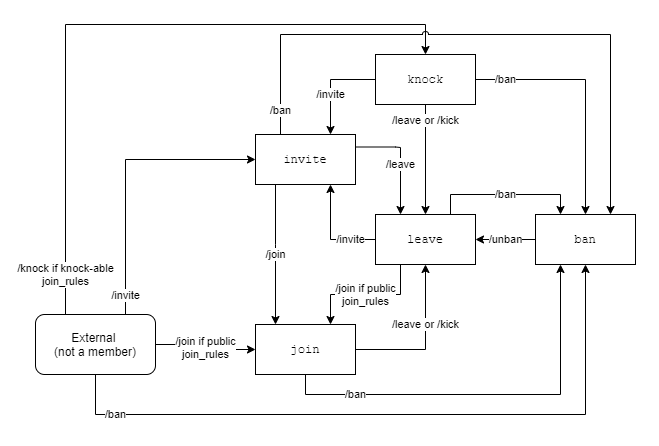
This is static/diagrams/membership.png from matrix-org/matrix-spec-proposals, a draw.io export, as it was before one commit. Source tidied: cells renumbered, new cells last; positions are measured from the earlier drawing's top-left corner, leaving out a move shared by most shapes. Source of this version:
```xml
<mxGraphModel>
  <root>
    <mxCell id="0" />
    <mxCell id="1" parent="0" />
    <mxCell id="2" value="/join" style="edgeStyle=orthogonalEdgeStyle;rounded=0;jettySize=auto;html=1;" parent="1" edge="1" source="4" target="7">
      <mxGeometry relative="1" as="geometry">
        <Array as="points">
          <mxPoint x="240" y="220" />
          <mxPoint x="240" y="220" />
        </Array>
      </mxGeometry>
    </mxCell>
    <mxCell id="3" value="/leave" style="edgeStyle=orthogonalEdgeStyle;rounded=0;jettySize=auto;html=1;exitX=1;exitY=0.25;exitDx=0;exitDy=0;entryX=0.25;entryY=0;entryDx=0;entryDy=0;" parent="1" edge="1" source="21" target="13">
      <mxGeometry x="0.11" relative="1" as="geometry">
        <Array as="points">
          <mxPoint x="360" y="123" />
          <mxPoint x="365" y="123" />
        </Array>
      </mxGeometry>
    </mxCell>
    <mxCell id="4" value="invite" style="rounded=0;whiteSpace=wrap;html=1;" parent="1" vertex="1">
      <mxGeometry x="220" y="110" width="100" height="50" as="geometry" />
    </mxCell>
    <mxCell id="5" value="/leave or /kick" style="edgeStyle=orthogonalEdgeStyle;rounded=0;jettySize=auto;html=1;" parent="1" edge="1" source="7" target="13">
      <mxGeometry x="0.23" relative="1" as="geometry" />
    </mxCell>
    <mxCell id="6" value="/ban" style="edgeStyle=orthogonalEdgeStyle;rounded=0;jettySize=auto;html=1;exitX=0.5;exitY=1;exitDx=0;exitDy=0;entryX=0.25;entryY=1;entryDx=0;entryDy=0;" parent="1" edge="1" source="7" target="9">
      <mxGeometry x="-0.65" relative="1" as="geometry" />
    </mxCell>
    <mxCell id="7" value="join" style="rounded=0;whiteSpace=wrap;html=1;fontFamily=Courier New;" parent="1" vertex="1">
      <mxGeometry x="220" y="300" width="100" height="50" as="geometry" />
    </mxCell>
    <mxCell id="8" value="/unban" style="edgeStyle=orthogonalEdgeStyle;rounded=0;jettySize=auto;html=1;exitX=0;exitY=0.5;exitDx=0;exitDy=0;entryX=1;entryY=0.5;entryDx=0;entryDy=0;" parent="1" edge="1" source="9" target="13">
      <mxGeometry relative="1" as="geometry" />
    </mxCell>
    <mxCell id="9" value="ban" style="rounded=0;whiteSpace=wrap;html=1;fontFamily=Courier New;" parent="1" vertex="1">
      <mxGeometry x="500" y="190" width="100" height="50" as="geometry" />
    </mxCell>
    <mxCell id="10" value="/join if public&lt;br&gt;join_rules" style="edgeStyle=orthogonalEdgeStyle;rounded=0;jettySize=auto;html=1;exitX=0.25;exitY=1;exitDx=0;exitDy=0;entryX=0.75;entryY=0;entryDx=0;entryDy=0;" parent="1" edge="1" source="13" target="7">
      <mxGeometry relative="1" as="geometry" />
    </mxCell>
    <mxCell id="11" value="/invite" style="edgeStyle=orthogonalEdgeStyle;rounded=0;jettySize=auto;html=1;entryX=0.75;entryY=1;entryDx=0;entryDy=0;" parent="1" edge="1" source="13" target="21">
      <mxGeometry x="-0.5" relative="1" as="geometry" />
    </mxCell>
    <mxCell id="12" value="/ban" style="edgeStyle=orthogonalEdgeStyle;rounded=0;jettySize=auto;html=1;exitX=0.75;exitY=0;exitDx=0;exitDy=0;entryX=0.25;entryY=0;entryDx=0;entryDy=0;" parent="1" edge="1" source="13" target="9">
      <mxGeometry relative="1" as="geometry" />
    </mxCell>
    <mxCell id="13" value="leave" style="rounded=0;whiteSpace=wrap;html=1;fontFamily=Courier New;" parent="1" vertex="1">
      <mxGeometry x="340" y="190" width="100" height="50" as="geometry" />
    </mxCell>
    <mxCell id="14" value="/invite" style="edgeStyle=orthogonalEdgeStyle;rounded=0;jettySize=auto;html=1;exitX=0.75;exitY=0;exitDx=0;exitDy=0;entryX=0;entryY=0.5;entryDx=0;entryDy=0;" parent="1" edge="1" source="22" target="21">
      <mxGeometry x="-0.87" relative="1" as="geometry" />
    </mxCell>
    <mxCell id="15" value="/join if public&lt;br&gt;join_rules" style="edgeStyle=orthogonalEdgeStyle;rounded=0;jettySize=auto;html=1;exitX=1;exitY=0.5;exitDx=0;exitDy=0;" parent="1" edge="1" source="22" target="7">
      <mxGeometry relative="1" as="geometry" />
    </mxCell>
    <mxCell id="16" value="/ban" style="edgeStyle=orthogonalEdgeStyle;rounded=0;jettySize=auto;html=1;entryX=0.5;entryY=1;entryDx=0;entryDy=0;exitX=0.5;exitY=1;exitDx=0;exitDy=0;" parent="1" edge="1" source="22" target="9">
      <mxGeometry x="-0.82" relative="1" as="geometry">
        <Array as="points">
          <mxPoint x="60" y="390" />
          <mxPoint x="550" y="390" />
        </Array>
      </mxGeometry>
    </mxCell>
    <mxCell id="17" value="/invite" style="edgeStyle=orthogonalEdgeStyle;rounded=0;jettySize=auto;html=1;exitX=0;exitY=0.5;exitDx=0;exitDy=0;entryX=0.75;entryY=0;entryDx=0;entryDy=0;fontFamily=Helvetica;" parent="1" edge="1" source="20" target="21">
      <mxGeometry x="0.2" relative="1" as="geometry">
        <Array as="points">
          <mxPoint x="295" y="55" />
        </Array>
      </mxGeometry>
    </mxCell>
    <mxCell id="18" value="/leave or /kick" style="edgeStyle=orthogonalEdgeStyle;rounded=0;jettySize=auto;html=1;exitX=0.5;exitY=1;exitDx=0;exitDy=0;entryX=0.5;entryY=0;entryDx=0;entryDy=0;fontFamily=Helvetica;" parent="1" edge="1" source="20" target="13">
      <mxGeometry x="-0.71" relative="1" as="geometry" />
    </mxCell>
    <mxCell id="19" value="/ban" style="edgeStyle=orthogonalEdgeStyle;rounded=0;jettySize=auto;html=1;exitX=1;exitY=0.5;exitDx=0;exitDy=0;entryX=0.5;entryY=0;entryDx=0;entryDy=0;fontFamily=Helvetica;" parent="1" edge="1" source="20" target="9">
      <mxGeometry x="-0.76" relative="1" as="geometry" />
    </mxCell>
    <mxCell id="20" value="knock" style="rounded=0;whiteSpace=wrap;html=1;fontFamily=Courier New;" parent="1" vertex="1">
      <mxGeometry x="340" y="30" width="100" height="50" as="geometry" />
    </mxCell>
    <mxCell id="21" value="invite" style="rounded=0;whiteSpace=wrap;html=1;fontFamily=Courier New;" parent="1" vertex="1">
      <mxGeometry x="220" y="110" width="100" height="50" as="geometry" />
    </mxCell>
    <mxCell id="22" value="External &lt;br&gt;(not a member)" style="rounded=1;whiteSpace=wrap;html=1;fontFamily=Helvetica;" parent="1" vertex="1">
      <mxGeometry y="290" width="120" height="60" as="geometry" />
    </mxCell>
    <mxCell id="23" value="/knock if knock-able&lt;br&gt;join_rules" style="edgeStyle=orthogonalEdgeStyle;rounded=0;jettySize=auto;html=1;exitX=0.25;exitY=0;exitDx=0;exitDy=0;entryX=0.5;entryY=0;entryDx=0;entryDy=0;fontFamily=Helvetica;jumpStyle=none;jumpSize=7;" parent="1" edge="1" source="22" target="20">
      <mxGeometry x="-0.88" relative="1" as="geometry">
        <Array as="points">
          <mxPoint x="30" />
          <mxPoint x="390" />
        </Array>
      </mxGeometry>
    </mxCell>
    <mxCell id="24" value="/ban" style="edgeStyle=orthogonalEdgeStyle;rounded=0;jettySize=auto;html=1;exitX=0.25;exitY=0;exitDx=0;exitDy=0;entryX=0.75;entryY=0;entryDx=0;entryDy=0;jumpStyle=arc;" parent="1" edge="1" source="21" target="9">
      <mxGeometry x="-0.92" relative="1" as="geometry">
        <Array as="points">
          <mxPoint x="245" y="10" />
          <mxPoint x="575" y="10" />
        </Array>
      </mxGeometry>
    </mxCell>
  </root>
</mxGraphModel>
```
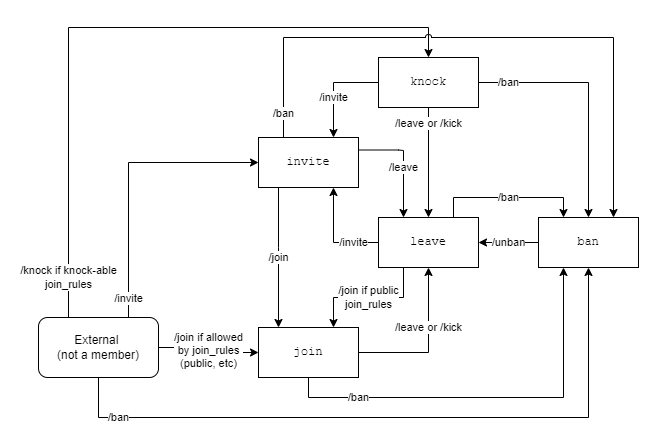
Later version of the same file.

What changed in the source:
```diff
@@ -51,7 +51,7 @@
     <mxCell id="14" value="/invite" style="edgeStyle=orthogonalEdgeStyle;rounded=0;jettySize=auto;html=1;exitX=0.75;exitY=0;exitDx=0;exitDy=0;entryX=0;entryY=0.5;entryDx=0;entryDy=0;" parent="1" edge="1" source="22" target="21">
       <mxGeometry x="-0.87" relative="1" as="geometry" />
     </mxCell>
-    <mxCell id="15" value="/join if public&lt;br&gt;join_rules" style="edgeStyle=orthogonalEdgeStyle;rounded=0;jettySize=auto;html=1;exitX=1;exitY=0.5;exitDx=0;exitDy=0;" parent="1" edge="1" source="22" target="7">
+    <mxCell id="15" value="/join if allowed&lt;br&gt;by join_rules&lt;br&gt;(public, etc)" style="edgeStyle=orthogonalEdgeStyle;rounded=0;jettySize=auto;html=1;exitX=1;exitY=0.5;exitDx=0;exitDy=0;" parent="1" edge="1" source="22" target="7">
       <mxGeometry relative="1" as="geometry" />
     </mxCell>
     <mxCell id="16" value="/ban" style="edgeStyle=orthogonalEdgeStyle;rounded=0;jettySize=auto;html=1;entryX=0.5;entryY=1;entryDx=0;entryDy=0;exitX=0.5;exitY=1;exitDx=0;exitDy=0;" parent="1" edge="1" source="22" target="9">
```
